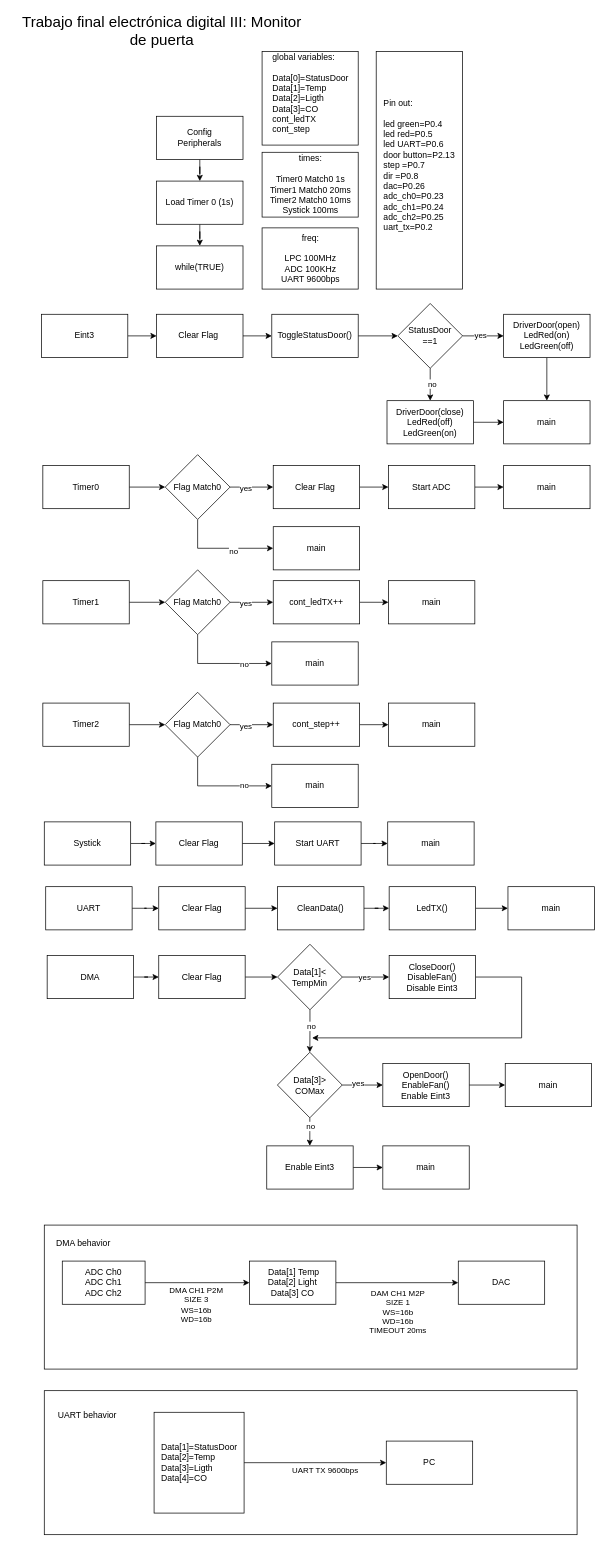
Before: images/Diagrama_ED3_TPF.drawio in ICOMP-UNC/Los-Intocables, a draw.io diagram. Source tidied: cells renumbered, new cells numbered last; positions are measured from the earlier drawing's top-left corner, leaving out a move shared by most shapes. Both pictures are drawn from the tidied source at 72%, with x=0, y=0 at pixel (12, 30).
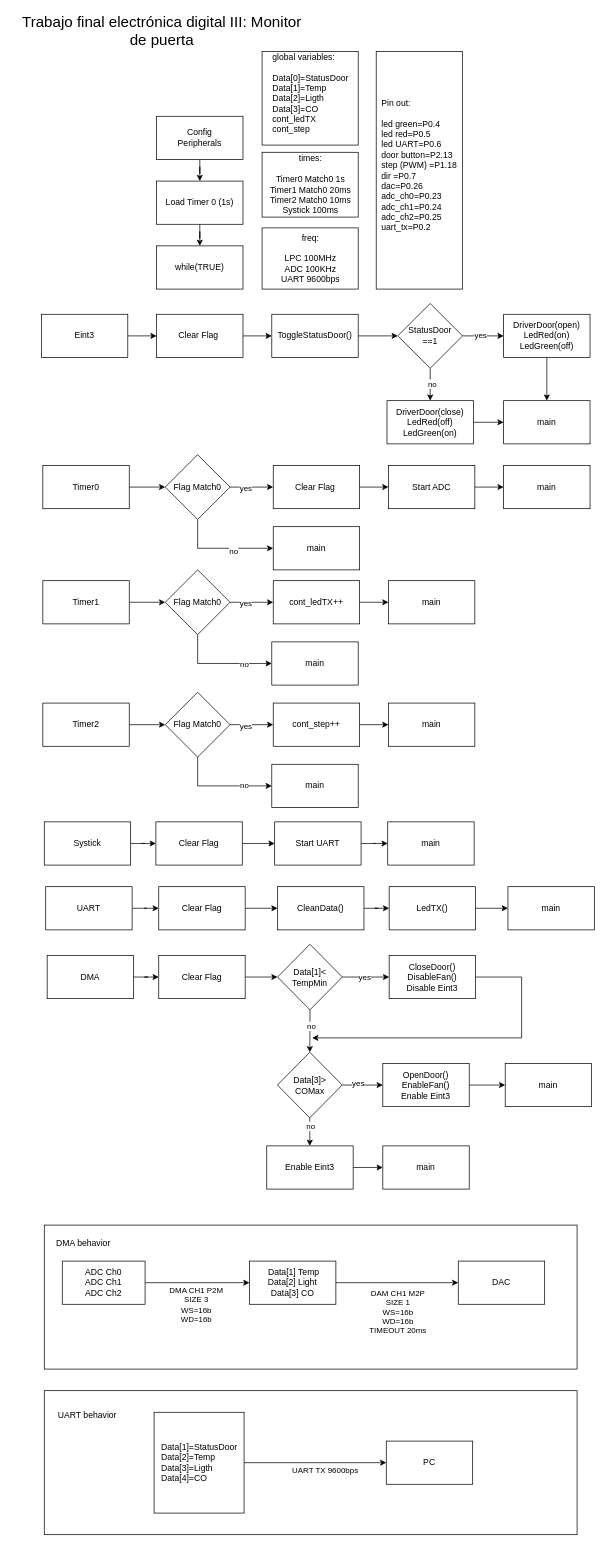
Above is the later version.

Commit message (it also covers changes not shown here):
esqueleto actualizado v1.1

Diff of the diagram source:
```diff
@@
-    <mxCell id="82" value="&lt;div style=&quot;text-align: justify;&quot;&gt;&lt;span style=&quot;background-color: initial;&quot;&gt;Pin out:&lt;/span&gt;&lt;/div&gt;&lt;div style=&quot;text-align: justify;&quot;&gt;&lt;span style=&quot;background-color: initial;&quot;&gt;&lt;br&gt;&lt;/span&gt;&lt;/div&gt;&lt;div style=&quot;text-align: justify;&quot;&gt;led green=P0.4&lt;/div&gt;&lt;div style=&quot;text-align: justify;&quot;&gt;led red=P0.5&lt;/div&gt;&lt;div style=&quot;text-align: justify;&quot;&gt;led UART=P0.6&lt;/div&gt;&lt;div style=&quot;text-align: justify;&quot;&gt;door button=P2.13&lt;/div&gt;&lt;div style=&quot;text-align: justify;&quot;&gt;step =P0.7&lt;/div&gt;&lt;div style=&quot;text-align: justify;&quot;&gt;dir =P0.8&amp;nbsp;&lt;/div&gt;&lt;div style=&quot;text-align: justify;&quot;&gt;dac=P0.26&lt;/div&gt;&lt;div style=&quot;text-align: justify;&quot;&gt;adc_ch0=P0.23&lt;/div&gt;&lt;div style=&quot;text-align: justify;&quot;&gt;adc_ch1=P0.24&lt;/div&gt;&lt;div style=&quot;text-align: justify;&quot;&gt;adc_ch2=P0.25&lt;/div&gt;&lt;div style=&quot;text-align: justify;&quot;&gt;uart_tx=P0.2&lt;/div&gt;&lt;div&gt;&lt;br&gt;&lt;/div&gt;" style="rounded=0;whiteSpace=wrap;html=1;" parent="1" vertex="1">
+    <mxCell id="82" value="&lt;div style=&quot;text-align: justify;&quot;&gt;&lt;span style=&quot;background-color: initial;&quot;&gt;Pin out:&lt;/span&gt;&lt;/div&gt;&lt;div style=&quot;text-align: justify;&quot;&gt;&lt;span style=&quot;background-color: initial;&quot;&gt;&lt;br&gt;&lt;/span&gt;&lt;/div&gt;&lt;div style=&quot;text-align: justify;&quot;&gt;led green=P0.4&lt;/div&gt;&lt;div style=&quot;text-align: justify;&quot;&gt;led red=P0.5&lt;/div&gt;&lt;div style=&quot;text-align: justify;&quot;&gt;led UART=P0.6&lt;/div&gt;&lt;div style=&quot;text-align: justify;&quot;&gt;door button=P2.13&lt;/div&gt;&lt;div style=&quot;text-align: justify;&quot;&gt;step (PWM) =P1.18&lt;/div&gt;&lt;div style=&quot;text-align: justify;&quot;&gt;dir =P0.7&amp;nbsp;&lt;/div&gt;&lt;div style=&quot;text-align: justify;&quot;&gt;dac=P0.26&lt;/div&gt;&lt;div style=&quot;text-align: justify;&quot;&gt;adc_ch0=P0.23&lt;/div&gt;&lt;div style=&quot;text-align: justify;&quot;&gt;adc_ch1=P0.24&lt;/div&gt;&lt;div style=&quot;text-align: justify;&quot;&gt;adc_ch2=P0.25&lt;/div&gt;&lt;div style=&quot;text-align: justify;&quot;&gt;uart_tx=P0.2&lt;/div&gt;&lt;div&gt;&lt;br&gt;&lt;/div&gt;" style="rounded=0;whiteSpace=wrap;html=1;" parent="1" vertex="1">
       <mxGeometry x="505" y="30" width="120" height="330" as="geometry" />
     </mxCell>
```
